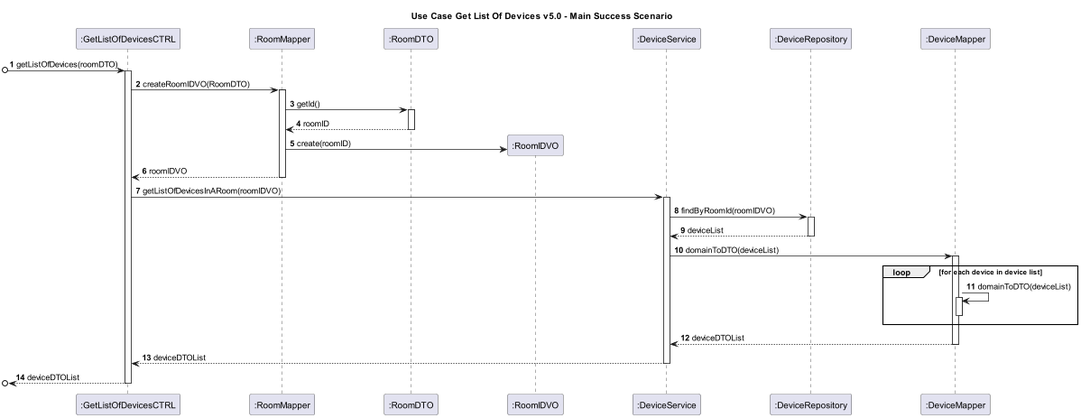
The PlantUML diagram Docs/_archive/sprint5/usecases/GetListOfDevices_SequenceDiagram_v5.0.png in AfonsoNeves77/smartHouse, before a commit. Its diagram source:
```plantuml
@startuml

skinparam ParticipantPadding 50
autonumber
title Use Case Get List Of Devices v5.0 - Main Success Scenario

participant ":GetListOfDevicesCTRL" as C
participant ":RoomMapper" as RM
participant ":RoomDTO" as RDTO
participant ":RoomIDVO" as RID
participant ":DeviceService" as DS
participant ":DeviceRepository" as DR
participant ":DeviceMapper" as DM



[o-> C : getListOfDevices(roomDTO)
activate C

C -> RM : createRoomIDVO(RoomDTO)
activate RM

RM -> RDTO : getId()
activate RDTO

RDTO --> RM : roomID
deactivate RDTO

RM -> RID ** : create(roomID)

RM --> C : roomIDVO
deactivate RM

C -> DS : getListOfDevicesInARoom(roomIDVO)
activate DS



DS -> DR : findByRoomId(roomIDVO)
activate DR

DR --> DS : deviceList
deactivate DR


DS -> DM : domainToDTO(deviceList)

activate DM
loop for each device in device list
DM -> DM : domainToDTO(deviceList)
activate DM
deactivate DM

end loop
DM --> DS : deviceDTOList
deactivate DM

DS --> C : deviceDTOList
deactivate DS

[o<-- C : deviceDTOList
deactivate C


@enduml
```
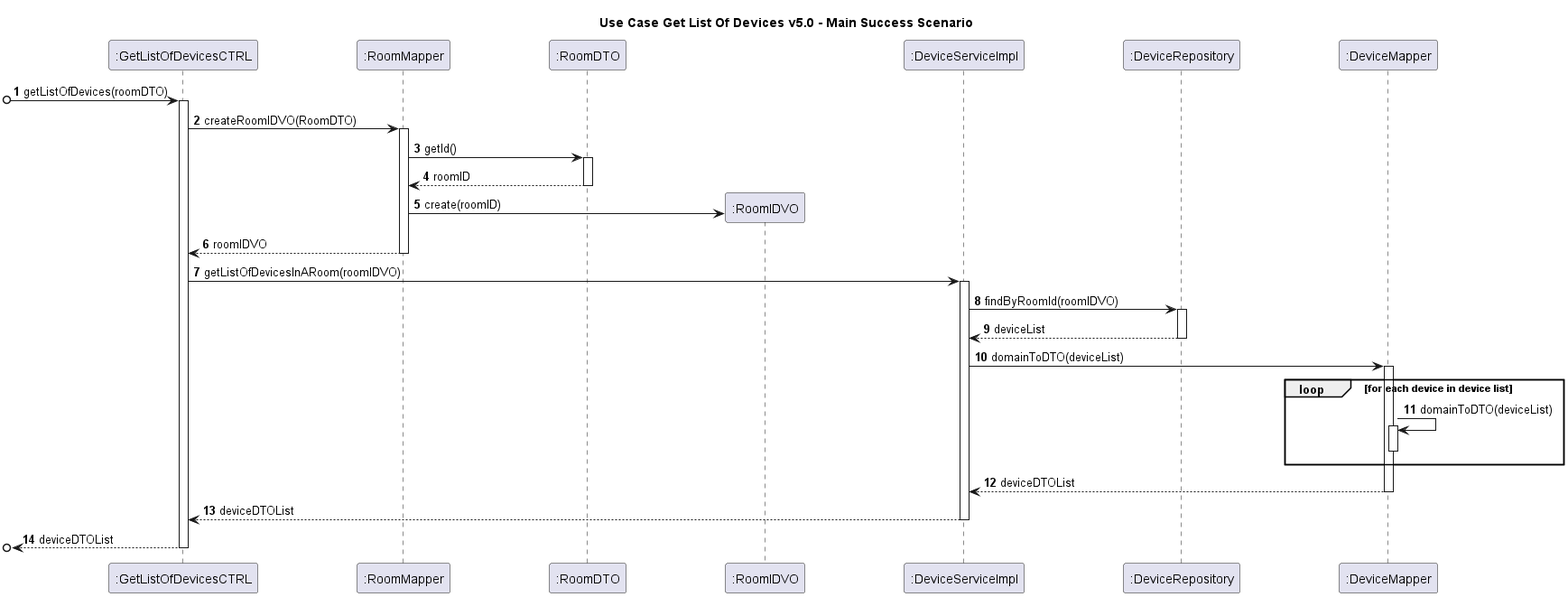
After the commit.

Diff of the diagram source:
```diff
@@ -8,7 +8,7 @@
 participant ":RoomMapper" as RM
 participant ":RoomDTO" as RDTO
 participant ":RoomIDVO" as RID
-participant ":DeviceService" as DS
+participant ":DeviceServiceImpl" as DS
 participant ":DeviceRepository" as DR
 participant ":DeviceMapper" as DM
 
```
